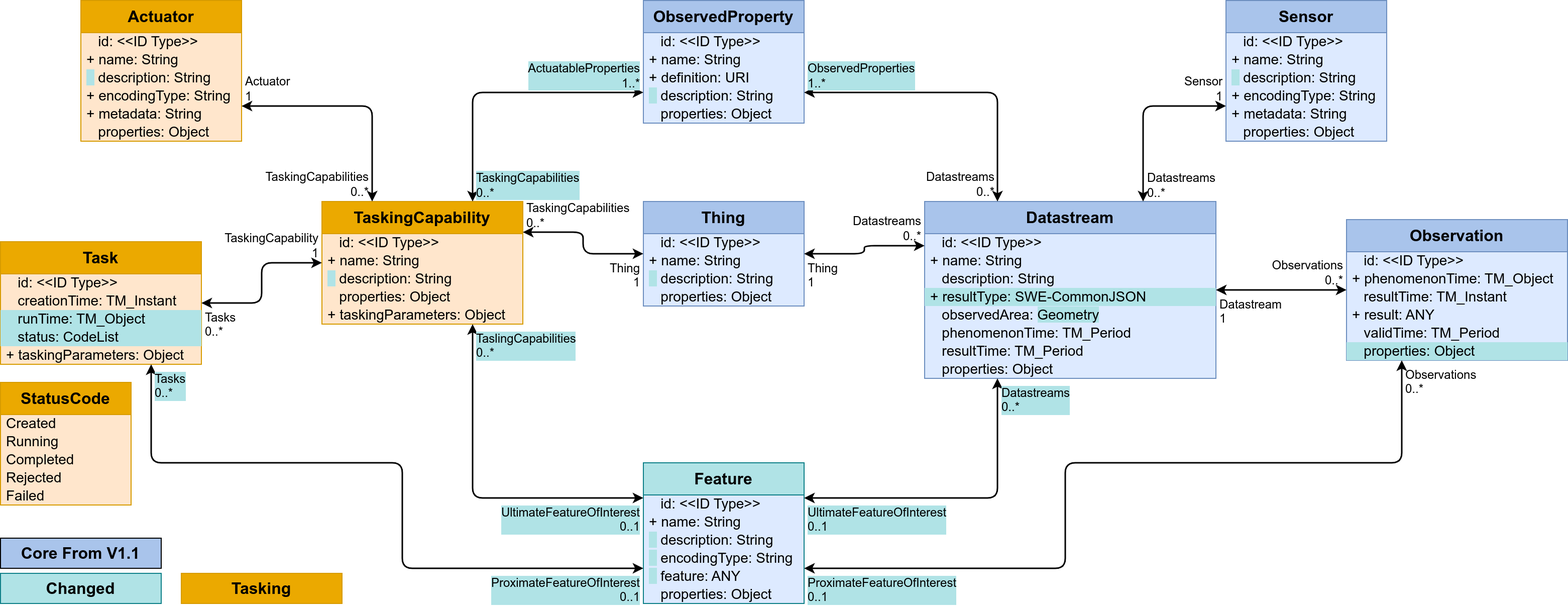
Earlier version of the draw.io export figures/Datamodel-SensorThingsApi-V2-proposal-1-Tasking-Sensing.drawio.png (opengeospatial/sensorthings). Source tidied: cells renumbered, new cells last; positions are measured from the earlier drawing's top-left corner, leaving out a move shared by most shapes.
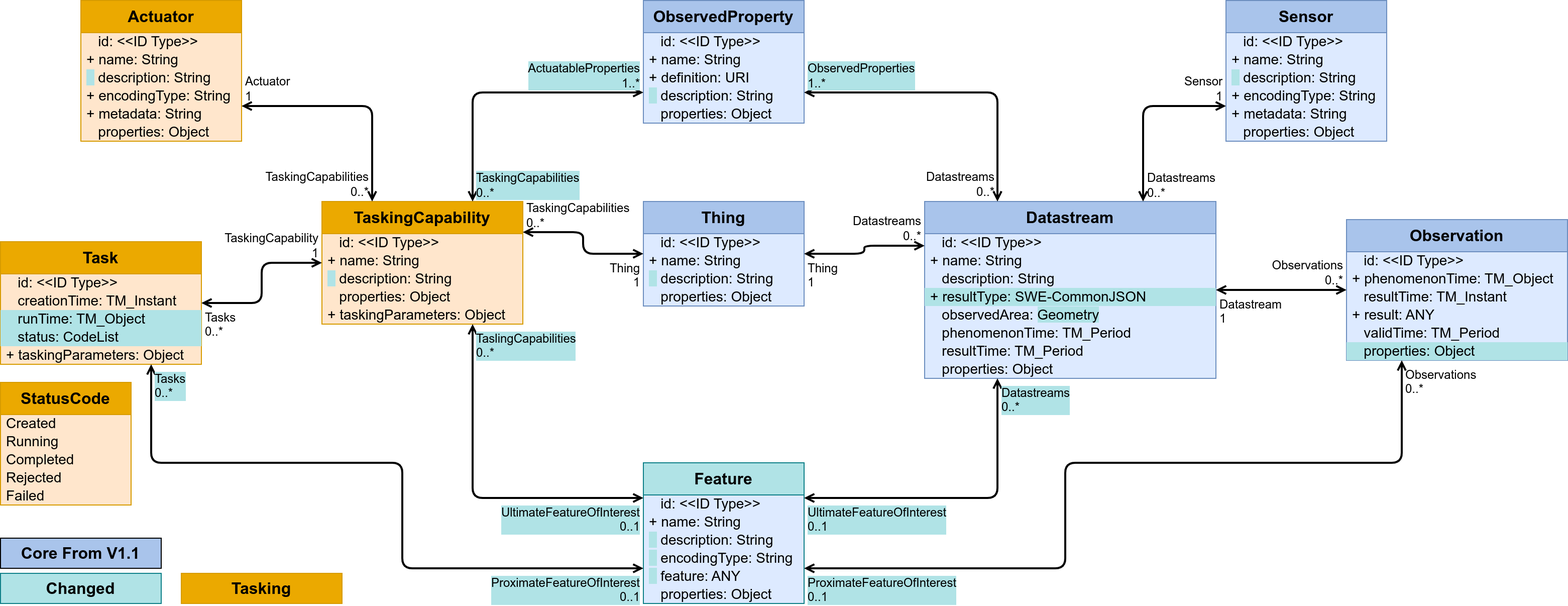
After the commit.

The edit, as a diff of the source:
```diff
@@ -50,7 +50,7 @@
     <mxCell id="17" value="&amp;nbsp;&amp;nbsp;&amp;nbsp;properties: Object" style="text;strokeColor=none;fillColor=none;align=left;verticalAlign=middle;spacingLeft=4;spacingRight=4;overflow=visible;html=1;fontSize=14;" parent="11" vertex="1">
       <mxGeometry y="122" width="160" height="18" as="geometry" />
     </mxCell>
-    <mxCell id="18" style="endArrow=classic;startArrow=classic;html=1;rounded=1;exitX=1;exitY=0.25;exitDx=0;exitDy=0;edgeStyle=orthogonalEdgeStyle;entryX=0.25;entryY=1;entryDx=0;entryDy=0;curved=0;strokeWidth=1.5;" parent="1" edge="1" source="11" target="2">
+    <mxCell id="18" style="endArrow=open;startArrow=open;html=1;rounded=1;exitX=1;exitY=0.25;exitDx=0;exitDy=0;edgeStyle=orthogonalEdgeStyle;entryX=0.25;entryY=1;entryDx=0;entryDy=0;curved=0;strokeWidth=2;startFill=0;endFill=0;" parent="1" edge="1" source="11" target="2">
       <mxGeometry relative="1" as="geometry" />
     </mxCell>
     <mxCell id="19" value="UltimateFeatureOfInterest&lt;br&gt;0..1" style="edgeLabel;html=1;align=left;verticalAlign=top;labelBackgroundColor=#B0E3E6;fontSize=12;spacingLeft=1;spacing=3;spacingRight=2;" parent="18" vertex="1">
@@ -80,7 +80,7 @@
     <mxCell id="27" value="&amp;nbsp;&amp;nbsp;&amp;nbsp;properties: Object" style="text;strokeColor=none;fillColor=#b0e3e6;align=left;verticalAlign=middle;spacingLeft=4;spacingRight=4;overflow=visible;html=1;fontSize=14;" parent="21" vertex="1">
       <mxGeometry y="122" width="220" height="18" as="geometry" />
     </mxCell>
-    <mxCell id="28" style="endArrow=classic;startArrow=classic;html=1;rounded=1;exitX=0;exitY=0.5;exitDx=0;exitDy=0;entryX=1;entryY=0.5;entryDx=0;entryDy=0;edgeStyle=orthogonalEdgeStyle;strokeWidth=1.5;curved=0;" parent="1" edge="1" source="21" target="2">
+    <mxCell id="28" style="endArrow=open;startArrow=open;html=1;rounded=1;exitX=0;exitY=0.5;exitDx=0;exitDy=0;entryX=1;entryY=0.5;entryDx=0;entryDy=0;edgeStyle=orthogonalEdgeStyle;strokeWidth=2;curved=0;startFill=0;endFill=0;" parent="1" edge="1" source="21" target="2">
       <mxGeometry relative="1" as="geometry" />
     </mxCell>
     <mxCell id="29" value="Observations&lt;br&gt;0..*" style="edgeLabel;html=1;align=right;verticalAlign=bottom;labelBackgroundColor=none;fontSize=12;spacingLeft=1;spacing=3;spacingRight=2;" parent="28" vertex="1">
@@ -89,7 +89,7 @@
     <mxCell id="30" value="Datastream&lt;br&gt;1" style="edgeLabel;html=1;align=left;verticalAlign=top;labelBackgroundColor=none;fontSize=12;spacingLeft=1;spacing=3;spacingRight=2;" parent="28" vertex="1">
       <mxGeometry x="1" relative="1" as="geometry" />
     </mxCell>
-    <mxCell id="31" style="endArrow=classic;startArrow=classic;html=1;rounded=1;exitX=0.25;exitY=1;exitDx=0;exitDy=0;edgeStyle=orthogonalEdgeStyle;entryX=1;entryY=0.75;entryDx=0;entryDy=0;curved=0;strokeWidth=1.5;" parent="1" edge="1" source="21" target="11">
+    <mxCell id="31" style="endArrow=open;startArrow=open;html=1;rounded=1;exitX=0.25;exitY=1;exitDx=0;exitDy=0;edgeStyle=orthogonalEdgeStyle;entryX=1;entryY=0.75;entryDx=0;entryDy=0;curved=0;strokeWidth=2;startFill=0;endFill=0;" parent="1" edge="1" source="21" target="11">
       <mxGeometry relative="1" as="geometry">
         <Array as="points">
           <mxPoint x="1395" y="460" />
@@ -122,7 +122,7 @@
     <mxCell id="39" value="&amp;nbsp;&amp;nbsp;&amp;nbsp;properties: Object" style="text;strokeColor=none;fillColor=none;align=left;verticalAlign=middle;spacingLeft=4;spacingRight=4;overflow=visible;html=1;fontSize=14;" parent="34" vertex="1">
       <mxGeometry y="104" width="160" height="18" as="geometry" />
     </mxCell>
-    <mxCell id="40" style="endArrow=classic;startArrow=classic;html=1;rounded=1;edgeStyle=orthogonalEdgeStyle;entryX=0.25;entryY=0;entryDx=0;entryDy=0;exitX=1;exitY=0.75;exitDx=0;exitDy=0;curved=0;strokeWidth=1.5;" parent="1" edge="1" source="34" target="2">
+    <mxCell id="40" style="endArrow=open;startArrow=open;html=1;rounded=1;edgeStyle=orthogonalEdgeStyle;entryX=0.25;entryY=0;entryDx=0;entryDy=0;exitX=1;exitY=0.75;exitDx=0;exitDy=0;curved=0;strokeWidth=2;startFill=0;endFill=0;" parent="1" edge="1" source="34" target="2">
       <mxGeometry relative="1" as="geometry" />
     </mxCell>
     <mxCell id="41" value="ObservedProperties&lt;br&gt;1..*" style="edgeLabel;html=1;align=left;verticalAlign=bottom;labelBackgroundColor=#B0E3E6;fontSize=12;spacingLeft=1;spacing=3;spacingRight=2;" parent="40" vertex="1">
@@ -152,7 +152,7 @@
     <mxCell id="49" value="&amp;nbsp;&amp;nbsp;&amp;nbsp;properties: Object" style="text;strokeColor=none;fillColor=none;align=left;verticalAlign=middle;spacingLeft=4;spacingRight=4;overflow=visible;html=1;fontSize=14;" parent="43" vertex="1">
       <mxGeometry y="122" width="160" height="18" as="geometry" />
     </mxCell>
-    <mxCell id="50" style="endArrow=classic;startArrow=classic;html=1;rounded=1;edgeStyle=orthogonalEdgeStyle;exitX=0;exitY=0.75;exitDx=0;exitDy=0;curved=0;entryX=0.75;entryY=0;entryDx=0;entryDy=0;strokeWidth=1.5;" parent="1" edge="1" source="43" target="2">
+    <mxCell id="50" style="endArrow=open;startArrow=open;html=1;rounded=1;edgeStyle=orthogonalEdgeStyle;exitX=0;exitY=0.75;exitDx=0;exitDy=0;curved=0;entryX=0.75;entryY=0;entryDx=0;entryDy=0;strokeWidth=2;startFill=0;endFill=0;" parent="1" edge="1" source="43" target="2">
       <mxGeometry relative="1" as="geometry" />
     </mxCell>
     <mxCell id="51" value="Sensor&lt;br&gt;1" style="edgeLabel;html=1;align=right;verticalAlign=bottom;labelBackgroundColor=none;fontSize=12;spacingLeft=1;spacing=3;spacingRight=2;" parent="50" vertex="1">
@@ -176,7 +176,7 @@
     <mxCell id="57" value="&amp;nbsp;&amp;nbsp;&amp;nbsp;properties: Object" style="text;strokeColor=none;fillColor=none;align=left;verticalAlign=middle;spacingLeft=4;spacingRight=4;overflow=visible;html=1;fontSize=14;" parent="53" vertex="1">
       <mxGeometry y="86" width="160" height="18" as="geometry" />
     </mxCell>
-    <mxCell id="58" style="endArrow=classic;startArrow=classic;html=1;rounded=1;entryX=0;entryY=0.25;entryDx=0;entryDy=0;exitX=1;exitY=0.5;exitDx=0;exitDy=0;edgeStyle=orthogonalEdgeStyle;strokeWidth=1.5;curved=0;" parent="1" edge="1" source="53" target="2">
+    <mxCell id="58" style="endArrow=open;startArrow=open;html=1;rounded=1;entryX=0;entryY=0.25;entryDx=0;entryDy=0;exitX=1;exitY=0.5;exitDx=0;exitDy=0;edgeStyle=orthogonalEdgeStyle;strokeWidth=2;curved=0;startFill=0;endFill=0;" parent="1" edge="1" source="53" target="2">
       <mxGeometry relative="1" as="geometry" />
     </mxCell>
     <mxCell id="59" value="Thing&lt;br&gt;1" style="edgeLabel;html=1;align=left;verticalAlign=top;labelBackgroundColor=none;fontSize=12;spacingLeft=1;spacing=3;spacingRight=2;" parent="58" vertex="1">
@@ -248,7 +248,7 @@
     <mxCell id="81" value="+ taskingParameters: Object" style="text;strokeColor=none;fillColor=none;align=left;verticalAlign=middle;spacingLeft=4;spacingRight=4;overflow=visible;html=1;fontSize=14;" parent="76" vertex="1">
       <mxGeometry y="104" width="200" height="18" as="geometry" />
     </mxCell>
-    <mxCell id="82" style="endArrow=classic;startArrow=classic;html=1;rounded=1;entryX=1;entryY=0.75;entryDx=0;entryDy=0;exitX=0.25;exitY=0;exitDx=0;exitDy=0;edgeStyle=orthogonalEdgeStyle;curved=0;strokeWidth=1.5;" parent="1" edge="1" source="76" target="63">
+    <mxCell id="82" style="endArrow=open;startArrow=open;html=1;rounded=1;entryX=1;entryY=0.75;entryDx=0;entryDy=0;exitX=0.25;exitY=0;exitDx=0;exitDy=0;edgeStyle=orthogonalEdgeStyle;curved=0;strokeWidth=2;startFill=0;endFill=0;" parent="1" edge="1" source="76" target="63">
       <mxGeometry relative="1" as="geometry" />
     </mxCell>
     <mxCell id="83" value="TaskingCapabilities&lt;br&gt;0..*" style="edgeLabel;html=1;align=right;verticalAlign=bottom;labelBackgroundColor=none;fontSize=12;spacingLeft=1;spacing=3;spacingRight=2;" parent="82" vertex="1">
@@ -257,7 +257,7 @@
     <mxCell id="84" value="Actuator&lt;br&gt;1" style="edgeLabel;html=1;align=left;verticalAlign=bottom;labelBackgroundColor=none;fontSize=12;spacingLeft=1;spacing=3;spacingRight=2;" parent="82" vertex="1">
       <mxGeometry x="1" relative="1" as="geometry" />
     </mxCell>
-    <mxCell id="85" style="endArrow=classic;startArrow=classic;html=1;rounded=1;edgeStyle=orthogonalEdgeStyle;strokeWidth=1.5;curved=0;" parent="1" edge="1" source="76" target="70">
+    <mxCell id="85" style="endArrow=open;startArrow=open;html=1;rounded=1;edgeStyle=orthogonalEdgeStyle;strokeWidth=2;curved=0;startFill=0;endFill=0;" parent="1" edge="1" source="76" target="70">
       <mxGeometry relative="1" as="geometry" />
     </mxCell>
     <mxCell id="86" value="TaskingCapability&lt;br&gt;1" style="edgeLabel;html=1;align=right;verticalAlign=bottom;labelBackgroundColor=none;fontSize=12;spacingLeft=1;spacing=3;spacingRight=2;" parent="85" vertex="1">
@@ -266,7 +266,7 @@
     <mxCell id="87" value="Tasks&lt;br&gt;0..*" style="edgeLabel;html=1;align=left;verticalAlign=top;labelBackgroundColor=none;fontSize=12;spacingLeft=1;spacing=3;spacingRight=2;" parent="85" vertex="1">
       <mxGeometry x="1" relative="1" as="geometry" />
     </mxCell>
-    <mxCell id="88" style="endArrow=classic;startArrow=classic;html=1;rounded=1;exitX=0;exitY=0.5;exitDx=0;exitDy=0;edgeStyle=orthogonalEdgeStyle;entryX=1;entryY=0.25;entryDx=0;entryDy=0;strokeWidth=1.5;curved=0;" parent="1" edge="1" source="53" target="76">
+    <mxCell id="88" style="endArrow=open;startArrow=open;html=1;rounded=1;exitX=0;exitY=0.5;exitDx=0;exitDy=0;edgeStyle=orthogonalEdgeStyle;entryX=1;entryY=0.25;entryDx=0;entryDy=0;strokeWidth=2;curved=0;startFill=0;endFill=0;" parent="1" edge="1" source="53" target="76">
       <mxGeometry relative="1" as="geometry" />
     </mxCell>
     <mxCell id="89" value="Thing&lt;br&gt;1" style="edgeLabel;html=1;align=right;verticalAlign=top;labelBackgroundColor=none;fontSize=12;spacingLeft=1;spacing=3;spacingRight=2;" parent="88" vertex="1">
@@ -275,7 +275,7 @@
     <mxCell id="90" value="TaskingCapabilities&lt;br&gt;0..*" style="edgeLabel;html=1;align=left;verticalAlign=bottom;labelBackgroundColor=none;fontSize=12;spacingLeft=1;spacing=3;spacingRight=2;" parent="88" vertex="1">
       <mxGeometry x="1" relative="1" as="geometry" />
     </mxCell>
-    <mxCell id="91" style="endArrow=classic;startArrow=classic;html=1;rounded=1;edgeStyle=orthogonalEdgeStyle;entryX=0.75;entryY=0;entryDx=0;entryDy=0;exitX=0;exitY=0.75;exitDx=0;exitDy=0;curved=0;strokeWidth=1.5;" parent="1" edge="1" source="34" target="76">
+    <mxCell id="91" style="endArrow=open;startArrow=open;html=1;rounded=1;edgeStyle=orthogonalEdgeStyle;entryX=0.75;entryY=0;entryDx=0;entryDy=0;exitX=0;exitY=0.75;exitDx=0;exitDy=0;curved=0;strokeWidth=2;startFill=0;endFill=0;" parent="1" edge="1" source="34" target="76">
       <mxGeometry relative="1" as="geometry" />
     </mxCell>
     <mxCell id="92" value="ActuatableProperties&lt;br&gt;1..*" style="edgeLabel;html=1;align=right;verticalAlign=bottom;labelBackgroundColor=#B0E3E6;fontSize=12;spacingLeft=1;spacing=3;spacingRight=2;" parent="91" vertex="1">
@@ -284,7 +284,7 @@
     <mxCell id="93" value="TaskingCapabilities&lt;br&gt;0..*" style="edgeLabel;html=1;align=left;verticalAlign=bottom;labelBackgroundColor=#B0E3E6;fontSize=12;spacingLeft=1;spacing=3;spacingRight=2;" parent="91" vertex="1">
       <mxGeometry x="1" relative="1" as="geometry" />
     </mxCell>
-    <mxCell id="94" style="endArrow=classic;startArrow=classic;html=1;rounded=1;exitX=0;exitY=0.25;exitDx=0;exitDy=0;edgeStyle=orthogonalEdgeStyle;entryX=0.75;entryY=1;entryDx=0;entryDy=0;curved=0;strokeWidth=1.5;" parent="1" edge="1" source="11" target="76">
+    <mxCell id="94" style="endArrow=open;startArrow=open;html=1;rounded=1;exitX=0;exitY=0.25;exitDx=0;exitDy=0;edgeStyle=orthogonalEdgeStyle;entryX=0.75;entryY=1;entryDx=0;entryDy=0;curved=0;strokeWidth=2;startFill=0;endFill=0;" parent="1" edge="1" source="11" target="76">
       <mxGeometry relative="1" as="geometry" />
     </mxCell>
     <mxCell id="95" value="UltimateFeatureOfInterest&lt;br&gt;0..1" style="edgeLabel;html=1;align=right;verticalAlign=top;labelBackgroundColor=#B0E3E6;fontSize=12;spacingLeft=1;spacing=3;spacingRight=2;" parent="94" vertex="1">
@@ -293,7 +293,7 @@
     <mxCell id="96" value="TaslingCapabilities&lt;br&gt;0..*" style="edgeLabel;html=1;align=left;verticalAlign=top;labelBackgroundColor=#B0E3E6;fontSize=12;spacingLeft=1;spacing=3;spacingRight=2;" parent="94" vertex="1">
       <mxGeometry x="1" relative="1" as="geometry" />
     </mxCell>
-    <mxCell id="97" style="endArrow=classic;startArrow=classic;html=1;rounded=1;edgeStyle=orthogonalEdgeStyle;entryX=0;entryY=0.75;entryDx=0;entryDy=0;curved=0;exitX=0.75;exitY=1;exitDx=0;exitDy=0;strokeWidth=1.5;" parent="1" edge="1" source="70" target="11">
+    <mxCell id="97" style="endArrow=open;startArrow=open;html=1;rounded=1;edgeStyle=orthogonalEdgeStyle;entryX=0;entryY=0.75;entryDx=0;entryDy=0;curved=0;exitX=0.75;exitY=1;exitDx=0;exitDy=0;strokeWidth=2;startFill=0;endFill=0;" parent="1" edge="1" source="70" target="11">
       <mxGeometry relative="1" as="geometry">
         <Array as="points">
           <mxPoint x="150" y="460" />
```
